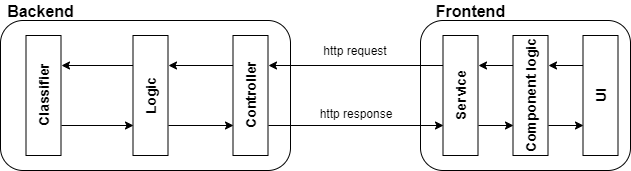
The draw.io diagram documentation/Architecture.png in mott0/news-classification-web-service, before a commit. Source tidied: cells renumbered, new cells last; positions are measured from the earlier drawing's top-left corner, leaving out a move shared by most shapes.
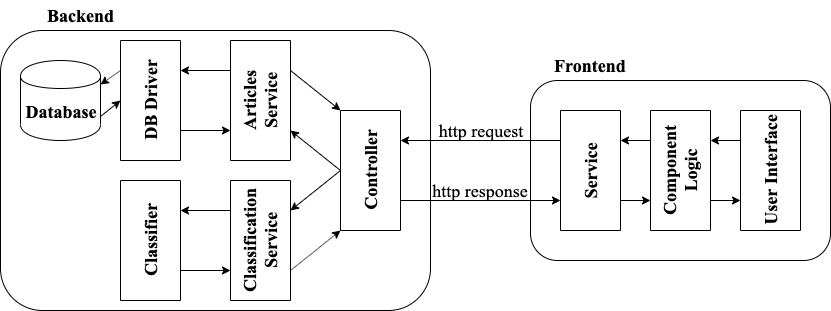
Later version of the same file.

What changed in the source:
```diff
@@ -2,71 +2,98 @@
   <root>
     <mxCell id="0" />
     <mxCell id="1" parent="0" />
-    <mxCell id="2" style="rounded=1;whiteSpace=wrap;html=1;" parent="1" vertex="1">
-      <mxGeometry x="437" y="20" width="210" height="150" as="geometry" />
-    </mxCell>
-    <mxCell id="3" style="rounded=1;whiteSpace=wrap;html=1;" parent="1" vertex="1">
-      <mxGeometry x="17" y="20" width="290" height="150" as="geometry" />
-    </mxCell>
-    <mxCell id="4" value="&lt;b&gt;&lt;font style=&quot;font-size: 16px&quot;&gt;Backend&lt;/font&gt;&lt;/b&gt;" style="text;html=1;strokeColor=none;fillColor=none;align=center;verticalAlign=middle;whiteSpace=wrap;rounded=0;" parent="1" vertex="1">
-      <mxGeometry x="37" width="40" height="20" as="geometry" />
-    </mxCell>
-    <mxCell id="5" style="edgeStyle=orthogonalEdgeStyle;rounded=0;jettySize=auto;html=1;exitX=0.75;exitY=0;exitDx=0;exitDy=0;entryX=0.75;entryY=1;entryDx=0;entryDy=0;" parent="1" edge="1" source="7" target="10">
-      <mxGeometry relative="1" as="geometry" />
-    </mxCell>
+    <mxCell id="24" style="rounded=1;whiteSpace=wrap;html=1;glass=0;fillColor=none;" parent="1" vertex="1">
+      <mxGeometry x="17" y="-110" width="430" height="280" as="geometry" />
+    </mxCell>
+    <mxCell id="25" style="edgeStyle=none;rounded=0;jettySize=auto;html=1;exitX=0.5;exitY=0;exitDx=0;exitDy=0;entryX=0.25;entryY=1;entryDx=0;entryDy=0;" parent="1" edge="1" source="7" target="32">
+      <mxGeometry relative="1" as="geometry" />
+    </mxCell>
+    <mxCell id="26" style="edgeStyle=none;rounded=0;jettySize=auto;html=1;exitX=0.5;exitY=0;exitDx=0;exitDy=0;entryX=0.75;entryY=1;entryDx=0;entryDy=0;" parent="1" edge="1" source="7" target="29">
+      <mxGeometry relative="1" as="geometry" />
+    </mxCell>
-    <mxCell id="6" style="edgeStyle=orthogonalEdgeStyle;rounded=0;jettySize=auto;html=1;exitX=0.25;exitY=1;exitDx=0;exitDy=0;entryX=0.25;entryY=0;entryDx=0;entryDy=0;" parent="1" edge="1" source="7" target="18">
+    <mxCell id="6" style="edgeStyle=none;rounded=0;jettySize=auto;html=1;exitX=0.25;exitY=1;exitDx=0;exitDy=0;entryX=0.25;entryY=0;entryDx=0;entryDy=0;" parent="1" edge="1" source="7" target="18">
       <mxGeometry relative="1" as="geometry" />
     </mxCell>
-    <mxCell id="7" value="&lt;font style=&quot;font-size: 14px&quot;&gt;&lt;b&gt;Controller&lt;/b&gt;&lt;/font&gt;" style="rounded=0;whiteSpace=wrap;html=1;rotation=-90;" parent="1" vertex="1">
-      <mxGeometry x="207" y="77.5" width="120" height="35" as="geometry" />
+    <mxCell id="7" value="&lt;font style=&quot;font-size: 18px&quot; face=&quot;Times New Roman&quot;&gt;Controller&lt;/font&gt;" style="rounded=0;whiteSpace=wrap;html=1;glass=0;fillColor=none;rotation=-90;fontStyle=1;" parent="1" vertex="1">
+      <mxGeometry x="327" width="120" height="60" as="geometry" />
     </mxCell>
-    <mxCell id="8" style="edgeStyle=orthogonalEdgeStyle;rounded=0;jettySize=auto;html=1;exitX=0.25;exitY=1;exitDx=0;exitDy=0;entryX=0.25;entryY=0;entryDx=0;entryDy=0;" parent="1" edge="1" source="10" target="7">
-      <mxGeometry relative="1" as="geometry" />
-    </mxCell>
-    <mxCell id="9" style="edgeStyle=orthogonalEdgeStyle;rounded=0;jettySize=auto;html=1;exitX=0.75;exitY=0;exitDx=0;exitDy=0;entryX=0.75;entryY=1;entryDx=0;entryDy=0;" parent="1" edge="1" source="10" target="12">
-      <mxGeometry relative="1" as="geometry" />
-    </mxCell>
-    <mxCell id="10" value="&lt;font style=&quot;font-size: 14px&quot;&gt;&lt;b&gt;Logic&lt;/b&gt;&lt;/font&gt;" style="rounded=0;whiteSpace=wrap;html=1;rotation=-90;" parent="1" vertex="1">
-      <mxGeometry x="107" y="77.5" width="120" height="35" as="geometry" />
-    </mxCell>
-    <mxCell id="11" style="edgeStyle=orthogonalEdgeStyle;rounded=0;jettySize=auto;html=1;exitX=0.25;exitY=1;exitDx=0;exitDy=0;entryX=0.25;entryY=0;entryDx=0;entryDy=0;" parent="1" edge="1" source="12" target="10">
-      <mxGeometry relative="1" as="geometry" />
-    </mxCell>
+    <mxCell id="27" style="edgeStyle=none;rounded=0;jettySize=auto;html=1;exitX=0.25;exitY=1;exitDx=0;exitDy=0;entryX=0;entryY=0;entryDx=0;entryDy=0;" parent="1" edge="1" source="29" target="7">
+      <mxGeometry relative="1" as="geometry" />
+    </mxCell>
+    <mxCell id="28" style="edgeStyle=none;rounded=0;jettySize=auto;html=1;exitX=0.75;exitY=0;exitDx=0;exitDy=0;entryX=0.75;entryY=1;entryDx=0;entryDy=0;" parent="1" edge="1" source="29" target="12">
+      <mxGeometry relative="1" as="geometry" />
+    </mxCell>
+    <mxCell id="29" value="&lt;font style=&quot;font-size: 18px&quot; face=&quot;Times New Roman&quot;&gt;Classification Service&lt;br&gt;&lt;/font&gt;" style="rounded=0;whiteSpace=wrap;html=1;glass=0;fillColor=none;rotation=-90;fontStyle=1;" parent="1" vertex="1">
+      <mxGeometry x="217" y="70" width="120" height="60" as="geometry" />
+    </mxCell>
+    <mxCell id="30" style="edgeStyle=none;rounded=0;jettySize=auto;html=1;exitX=0.75;exitY=1;exitDx=0;exitDy=0;entryX=1;entryY=0;entryDx=0;entryDy=0;" parent="1" edge="1" source="32" target="7">
+      <mxGeometry relative="1" as="geometry" />
+    </mxCell>
+    <mxCell id="31" style="edgeStyle=none;rounded=0;jettySize=auto;html=1;exitX=0.75;exitY=0;exitDx=0;exitDy=0;entryX=0.75;entryY=1;entryDx=0;entryDy=0;" parent="1" edge="1" source="32" target="36">
+      <mxGeometry relative="1" as="geometry" />
+    </mxCell>
+    <mxCell id="32" value="&lt;font style=&quot;font-size: 18px&quot; face=&quot;Times New Roman&quot;&gt;Articles Service&lt;/font&gt;" style="rounded=0;whiteSpace=wrap;html=1;glass=0;fillColor=none;rotation=-90;fontStyle=1;" parent="1" vertex="1">
+      <mxGeometry x="217" y="-70" width="120" height="60" as="geometry" />
+    </mxCell>
+    <mxCell id="33" style="edgeStyle=none;rounded=0;jettySize=auto;html=1;exitX=0.25;exitY=1;exitDx=0;exitDy=0;entryX=0.25;entryY=0;entryDx=0;entryDy=0;" parent="1" edge="1" source="12" target="29">
+      <mxGeometry relative="1" as="geometry" />
+    </mxCell>
-    <mxCell id="12" value="&lt;font style=&quot;font-size: 14px&quot;&gt;&lt;b&gt;Classifier&lt;/b&gt;&lt;/font&gt;" style="rounded=0;whiteSpace=wrap;html=1;rotation=-90;" parent="1" vertex="1">
-      <mxGeometry y="77.5" width="120" height="35" as="geometry" />
+    <mxCell id="12" value="&lt;font style=&quot;font-size: 18px&quot; face=&quot;Times New Roman&quot;&gt;Classifier&lt;br&gt;&lt;/font&gt;" style="rounded=0;whiteSpace=wrap;html=1;glass=0;fillColor=none;rotation=-90;fontStyle=1;" parent="1" vertex="1">
+      <mxGeometry x="107" y="70" width="120" height="60" as="geometry" />
     </mxCell>
-    <mxCell id="13" value="&lt;b&gt;&lt;font style=&quot;font-size: 16px&quot;&gt;Frontend&lt;/font&gt;&lt;/b&gt;" style="text;html=1;strokeColor=none;fillColor=none;align=center;verticalAlign=middle;whiteSpace=wrap;rounded=0;rotation=0;" parent="1" vertex="1">
-      <mxGeometry x="467" width="40" height="20" as="geometry" />
-    </mxCell>
+    <mxCell id="34" style="edgeStyle=none;rounded=0;jettySize=auto;html=1;exitX=0.25;exitY=1;exitDx=0;exitDy=0;entryX=0.25;entryY=0;entryDx=0;entryDy=0;" parent="1" edge="1" source="36" target="32">
+      <mxGeometry relative="1" as="geometry" />
+    </mxCell>
+    <mxCell id="35" style="edgeStyle=none;rounded=0;jettySize=auto;html=1;exitX=0.75;exitY=0;exitDx=0;exitDy=0;entryX=1;entryY=0.3;entryDx=0;entryDy=0;" parent="1" edge="1" source="36" target="38">
+      <mxGeometry relative="1" as="geometry" />
+    </mxCell>
+    <mxCell id="36" value="&lt;font style=&quot;font-size: 18px&quot; face=&quot;Times New Roman&quot;&gt;DB Driver&lt;br&gt;&lt;/font&gt;" style="rounded=0;whiteSpace=wrap;html=1;glass=0;fillColor=none;rotation=-90;fontStyle=1;" parent="1" vertex="1">
+      <mxGeometry x="107" y="-70" width="120" height="60" as="geometry" />
+    </mxCell>
+    <mxCell id="37" style="edgeStyle=none;rounded=0;jettySize=auto;html=1;exitX=1;exitY=0.7;exitDx=0;exitDy=0;entryX=0.5;entryY=0;entryDx=0;entryDy=0;" parent="1" edge="1" source="38" target="36">
+      <mxGeometry relative="1" as="geometry" />
+    </mxCell>
+    <mxCell id="38" value="&lt;font face=&quot;Times New Roman&quot; style=&quot;font-size: 18px&quot;&gt;Database&lt;/font&gt;" style="shape=cylinder;whiteSpace=wrap;html=1;boundedLbl=1;backgroundOutline=1;glass=0;fillColor=none;fontStyle=1;" parent="1" vertex="1">
+      <mxGeometry x="37" y="-80" width="80" height="80" as="geometry" />
+    </mxCell>
+    <mxCell id="39" style="rounded=1;whiteSpace=wrap;html=1;glass=0;fillColor=none;" parent="1" vertex="1">
+      <mxGeometry x="547" y="-60" width="300" height="180" as="geometry" />
+    </mxCell>
+    <mxCell id="16" style="edgeStyle=none;rounded=0;jettySize=auto;html=1;exitX=0.75;exitY=0;exitDx=0;exitDy=0;entryX=0.75;entryY=1;entryDx=0;entryDy=0;" parent="1" edge="1" source="18" target="7">
+      <mxGeometry relative="1" as="geometry" />
+    </mxCell>
+    <mxCell id="40" style="edgeStyle=none;rounded=0;jettySize=auto;html=1;exitX=0.25;exitY=1;exitDx=0;exitDy=0;entryX=0.25;entryY=0;entryDx=0;entryDy=0;" parent="1" edge="1" source="18" target="43">
+      <mxGeometry relative="1" as="geometry" />
+    </mxCell>
+    <mxCell id="18" value="&lt;font style=&quot;font-size: 18px&quot; face=&quot;Times New Roman&quot;&gt;Service&lt;br&gt;&lt;/font&gt;" style="rounded=0;whiteSpace=wrap;html=1;glass=0;fillColor=none;rotation=-90;fontStyle=1;" parent="1" vertex="1">
+      <mxGeometry x="547" width="120" height="60" as="geometry" />
+    </mxCell>
+    <mxCell id="41" style="edgeStyle=none;rounded=0;jettySize=auto;html=1;exitX=0.75;exitY=0;exitDx=0;exitDy=0;entryX=0.75;entryY=1;entryDx=0;entryDy=0;" parent="1" edge="1" source="43" target="18">
+      <mxGeometry relative="1" as="geometry" />
+    </mxCell>
+    <mxCell id="42" style="edgeStyle=none;rounded=0;jettySize=auto;html=1;exitX=0.25;exitY=1;exitDx=0;exitDy=0;entryX=0.25;entryY=0;entryDx=0;entryDy=0;" parent="1" edge="1" source="43" target="45">
+      <mxGeometry relative="1" as="geometry" />
+    </mxCell>
+    <mxCell id="43" value="&lt;font style=&quot;font-size: 18px&quot; face=&quot;Times New Roman&quot;&gt;Component Logic&lt;br&gt;&lt;/font&gt;" style="rounded=0;whiteSpace=wrap;html=1;glass=0;fillColor=none;rotation=-90;fontStyle=1;" parent="1" vertex="1">
+      <mxGeometry x="637" width="120" height="60" as="geometry" />
+    </mxCell>
+    <mxCell id="44" style="edgeStyle=none;rounded=0;jettySize=auto;html=1;exitX=0.75;exitY=0;exitDx=0;exitDy=0;entryX=0.75;entryY=1;entryDx=0;entryDy=0;" parent="1" edge="1" source="45" target="43">
+      <mxGeometry relative="1" as="geometry" />
+    </mxCell>
+    <mxCell id="45" value="&lt;font style=&quot;font-size: 18px&quot; face=&quot;Times New Roman&quot;&gt;User Interface&lt;br&gt;&lt;/font&gt;" style="rounded=0;whiteSpace=wrap;html=1;glass=0;fillColor=none;rotation=-90;fontStyle=1;" parent="1" vertex="1">
+      <mxGeometry x="727" width="120" height="60" as="geometry" />
+    </mxCell>
-    <mxCell id="14" value="http request" style="text;html=1;strokeColor=none;fillColor=none;align=center;verticalAlign=middle;whiteSpace=wrap;rounded=0;" parent="1" vertex="1">
-      <mxGeometry x="317" y="40" width="110" height="20" as="geometry" />
+    <mxCell id="14" value="http request" style="text;html=1;strokeColor=none;fillColor=none;align=center;verticalAlign=middle;whiteSpace=wrap;rounded=0;glass=0;fontFamily=Times New Roman;fontSize=18;" parent="1" vertex="1">
+      <mxGeometry x="447" y="-20" width="100" height="20" as="geometry" />
     </mxCell>
-    <mxCell id="15" value="http response" style="text;html=1;strokeColor=none;fillColor=none;align=center;verticalAlign=middle;whiteSpace=wrap;rounded=0;" parent="1" vertex="1">
-      <mxGeometry x="317" y="102.5" width="110" height="20" as="geometry" />
+    <mxCell id="15" value="http response" style="text;html=1;strokeColor=none;fillColor=none;align=center;verticalAlign=middle;whiteSpace=wrap;rounded=0;glass=0;fontFamily=Times New Roman;fontSize=18;" parent="1" vertex="1">
+      <mxGeometry x="447" y="40" width="100" height="20" as="geometry" />
     </mxCell>
-    <mxCell id="16" style="edgeStyle=orthogonalEdgeStyle;rounded=0;jettySize=auto;html=1;exitX=0.75;exitY=0;exitDx=0;exitDy=0;entryX=0.75;entryY=1;entryDx=0;entryDy=0;" parent="1" edge="1" source="18" target="7">
-      <mxGeometry relative="1" as="geometry" />
-    </mxCell>
-    <mxCell id="17" style="edgeStyle=orthogonalEdgeStyle;rounded=0;jettySize=auto;html=1;exitX=0.25;exitY=1;exitDx=0;exitDy=0;entryX=0.25;entryY=0;entryDx=0;entryDy=0;" parent="1" edge="1" source="18" target="21">
-      <mxGeometry relative="1" as="geometry" />
-    </mxCell>
-    <mxCell id="18" value="&lt;font style=&quot;font-size: 14px&quot;&gt;&lt;b&gt;Service&lt;br&gt;&lt;/b&gt;&lt;/font&gt;" style="rounded=0;whiteSpace=wrap;html=1;rotation=-90;" parent="1" vertex="1">
-      <mxGeometry x="417" y="77.5" width="120" height="35" as="geometry" />
-    </mxCell>
-    <mxCell id="19" style="edgeStyle=orthogonalEdgeStyle;rounded=0;jettySize=auto;html=1;exitX=0.75;exitY=0;exitDx=0;exitDy=0;entryX=0.75;entryY=1;entryDx=0;entryDy=0;" parent="1" edge="1" source="21" target="18">
-      <mxGeometry relative="1" as="geometry" />
-    </mxCell>
-    <mxCell id="20" style="edgeStyle=orthogonalEdgeStyle;rounded=0;jettySize=auto;html=1;exitX=0.25;exitY=1;exitDx=0;exitDy=0;entryX=0.25;entryY=0;entryDx=0;entryDy=0;" parent="1" edge="1" source="21" target="23">
-      <mxGeometry relative="1" as="geometry" />
-    </mxCell>
-    <mxCell id="21" value="&lt;font style=&quot;font-size: 14px&quot;&gt;&lt;b&gt;Component logic&lt;/b&gt;&lt;/font&gt;" style="rounded=0;whiteSpace=wrap;html=1;rotation=-90;" parent="1" vertex="1">
-      <mxGeometry x="487" y="77.5" width="120" height="35" as="geometry" />
-    </mxCell>
-    <mxCell id="22" style="edgeStyle=orthogonalEdgeStyle;rounded=0;jettySize=auto;html=1;exitX=0.75;exitY=0;exitDx=0;exitDy=0;entryX=0.75;entryY=1;entryDx=0;entryDy=0;" parent="1" edge="1" source="23" target="21">
-      <mxGeometry relative="1" as="geometry" />
-    </mxCell>
-    <mxCell id="23" value="&lt;font style=&quot;font-size: 14px&quot;&gt;&lt;b&gt;UI&lt;/b&gt;&lt;/font&gt;" style="rounded=0;whiteSpace=wrap;html=1;rotation=-90;" parent="1" vertex="1">
-      <mxGeometry x="557" y="77.5" width="120" height="35" as="geometry" />
-    </mxCell>
+    <mxCell id="4" value="Backend" style="text;html=1;align=center;verticalAlign=middle;fontSize=18;fontFamily=Times New Roman;fontStyle=1;" parent="1" vertex="1">
+      <mxGeometry x="57" y="-140" width="80" height="30" as="geometry" />
+    </mxCell>
+    <mxCell id="13" value="Frontend" style="text;html=1;align=center;verticalAlign=middle;fontSize=18;fontFamily=Times New Roman;fontStyle=1;" parent="1" vertex="1">
+      <mxGeometry x="562" y="-90" width="90" height="30" as="geometry" />
+    </mxCell>
   </root>
 </mxGraphModel>
```
